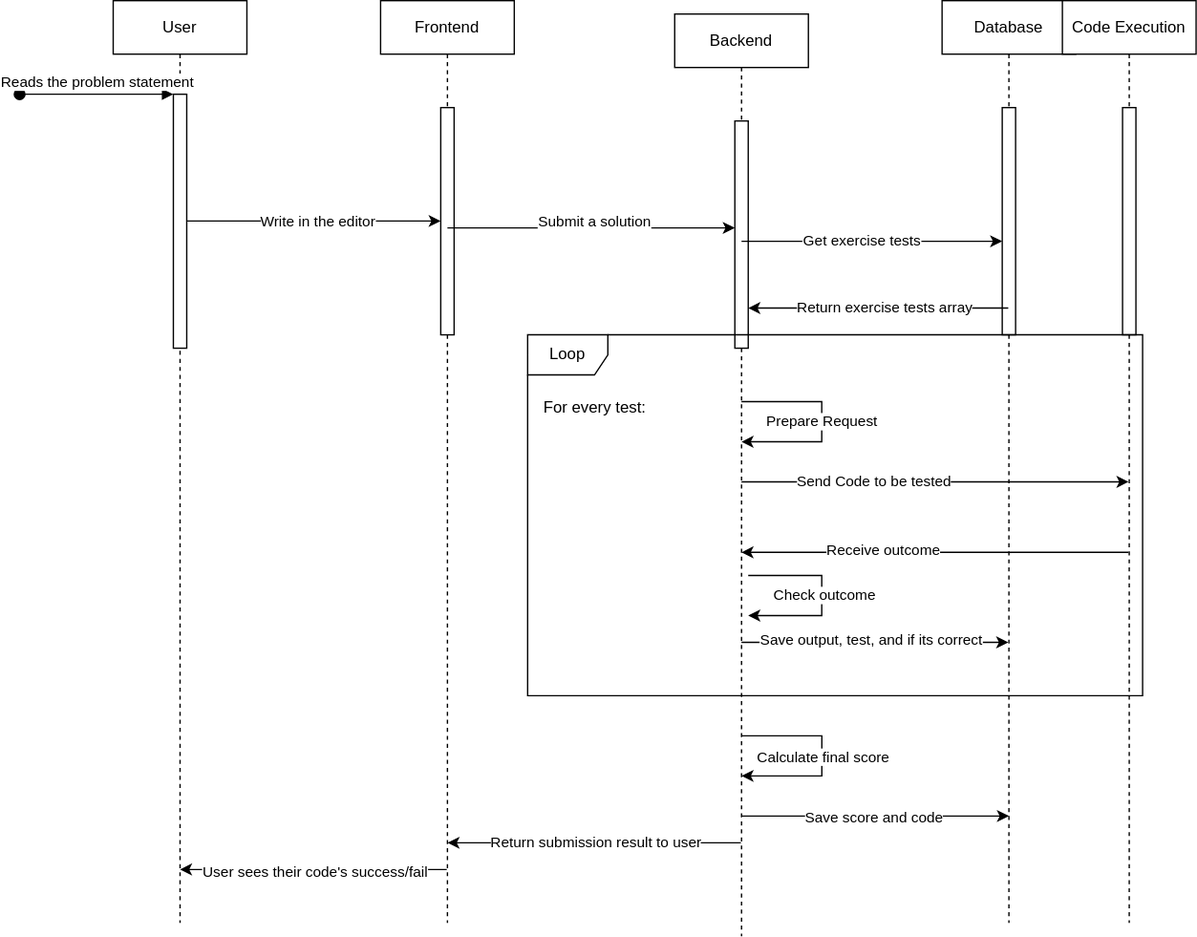
The draw.io diagram archived/diagram.svg in daki4/code_checker, before a commit. Source tidied: cells renumbered, new cells last; positions are measured from the earlier drawing's top-left corner, leaving out a move shared by most shapes. The source it was exported from:
```xml
<mxGraphModel>
  <root>
    <mxCell id="0" />
    <mxCell id="1" parent="0" />
    <mxCell id="2" value="User" style="shape=umlLifeline;perimeter=lifelinePerimeter;whiteSpace=wrap;html=1;outlineConnect=0;portConstraint=eastwest;newEdgeStyle={&quot;edgeStyle&quot;:&quot;elbowEdgeStyle&quot;,&quot;elbow&quot;:&quot;vertical&quot;,&quot;curved&quot;:0,&quot;rounded&quot;:0};" parent="1" vertex="1">
      <mxGeometry x="70" width="100" height="690" as="geometry" />
    </mxCell>
    <mxCell id="3" style="html=1;points=[];perimeter=orthogonalPerimeter;outlineConnect=0;targetShapes=umlLifeline;portConstraint=eastwest;newEdgeStyle={&quot;edgeStyle&quot;:&quot;elbowEdgeStyle&quot;,&quot;elbow&quot;:&quot;vertical&quot;,&quot;curved&quot;:0,&quot;rounded&quot;:0};" parent="2" vertex="1">
      <mxGeometry x="45" y="70" width="10" height="190" as="geometry" />
    </mxCell>
    <mxCell id="4" style="edgeStyle=elbowEdgeStyle;rounded=0;jettySize=auto;html=1;elbow=vertical;curved=0;" parent="1" edge="1" source="6" target="2">
      <mxGeometry relative="1" as="geometry">
        <Array as="points">
          <mxPoint x="250" y="650" />
        </Array>
      </mxGeometry>
    </mxCell>
    <mxCell id="5" value="User sees their code's success/fail" style="edgeLabel;html=1;align=center;verticalAlign=middle;" parent="4" vertex="1">
      <mxGeometry x="-0.12" y="2" relative="1" as="geometry">
        <mxPoint x="-11" as="offset" />
      </mxGeometry>
    </mxCell>
    <mxCell id="6" value="Frontend" style="shape=umlLifeline;perimeter=lifelinePerimeter;whiteSpace=wrap;html=1;outlineConnect=0;portConstraint=eastwest;newEdgeStyle={&quot;edgeStyle&quot;:&quot;elbowEdgeStyle&quot;,&quot;elbow&quot;:&quot;vertical&quot;,&quot;curved&quot;:0,&quot;rounded&quot;:0};" parent="1" vertex="1">
      <mxGeometry x="270" width="100" height="690" as="geometry" />
    </mxCell>
    <mxCell id="7" style="html=1;points=[];perimeter=orthogonalPerimeter;outlineConnect=0;targetShapes=umlLifeline;portConstraint=eastwest;newEdgeStyle={&quot;edgeStyle&quot;:&quot;elbowEdgeStyle&quot;,&quot;elbow&quot;:&quot;vertical&quot;,&quot;curved&quot;:0,&quot;rounded&quot;:0};" parent="6" vertex="1">
      <mxGeometry x="45" y="80" width="10" height="170" as="geometry" />
    </mxCell>
    <mxCell id="8" value="Backend" style="shape=umlLifeline;perimeter=lifelinePerimeter;whiteSpace=wrap;html=1;outlineConnect=0;portConstraint=eastwest;newEdgeStyle={&quot;edgeStyle&quot;:&quot;elbowEdgeStyle&quot;,&quot;elbow&quot;:&quot;vertical&quot;,&quot;curved&quot;:0,&quot;rounded&quot;:0};" parent="1" vertex="1">
      <mxGeometry x="490" y="10" width="100" height="690" as="geometry" />
    </mxCell>
    <mxCell id="9" style="html=1;points=[];perimeter=orthogonalPerimeter;outlineConnect=0;targetShapes=umlLifeline;portConstraint=eastwest;newEdgeStyle={&quot;edgeStyle&quot;:&quot;elbowEdgeStyle&quot;,&quot;elbow&quot;:&quot;vertical&quot;,&quot;curved&quot;:0,&quot;rounded&quot;:0};" parent="8" vertex="1">
      <mxGeometry x="45" y="80" width="10" height="170" as="geometry" />
    </mxCell>
    <mxCell id="10" value="Database" style="shape=umlLifeline;perimeter=lifelinePerimeter;whiteSpace=wrap;html=1;outlineConnect=0;portConstraint=eastwest;newEdgeStyle={&quot;edgeStyle&quot;:&quot;elbowEdgeStyle&quot;,&quot;elbow&quot;:&quot;vertical&quot;,&quot;curved&quot;:0,&quot;rounded&quot;:0};" parent="1" vertex="1">
      <mxGeometry x="690" width="100" height="690" as="geometry" />
    </mxCell>
    <mxCell id="11" style="html=1;points=[];perimeter=orthogonalPerimeter;outlineConnect=0;targetShapes=umlLifeline;portConstraint=eastwest;newEdgeStyle={&quot;edgeStyle&quot;:&quot;elbowEdgeStyle&quot;,&quot;elbow&quot;:&quot;vertical&quot;,&quot;curved&quot;:0,&quot;rounded&quot;:0};" parent="10" vertex="1">
      <mxGeometry x="45" y="80" width="10" height="170" as="geometry" />
    </mxCell>
    <mxCell id="12" value="Code Execution" style="shape=umlLifeline;perimeter=lifelinePerimeter;whiteSpace=wrap;html=1;newEdgeStyle={&quot;edgeStyle&quot;:&quot;elbowEdgeStyle&quot;,&quot;elbow&quot;:&quot;vertical&quot;,&quot;curved&quot;:0,&quot;rounded&quot;:0};" parent="1" vertex="1">
      <mxGeometry x="780" width="100" height="690" as="geometry" />
    </mxCell>
    <mxCell id="13" style="html=1;perimeter=orthogonalPerimeter;targetShapes=umlLifeline;newEdgeStyle={&quot;edgeStyle&quot;:&quot;elbowEdgeStyle&quot;,&quot;elbow&quot;:&quot;vertical&quot;,&quot;curved&quot;:0,&quot;rounded&quot;:0};" parent="12" vertex="1">
      <mxGeometry x="45" y="80" width="10" height="170" as="geometry" />
    </mxCell>
    <mxCell id="14" style="endArrow=classic;html=1;rounded=0;" parent="1" edge="1" target="9">
      <mxGeometry relative="1" as="geometry">
        <mxPoint x="320" y="170" as="sourcePoint" />
      </mxGeometry>
    </mxCell>
    <mxCell id="15" value="Submit a solution" style="edgeLabel;html=1;align=center;verticalAlign=middle;" parent="14" vertex="1">
      <mxGeometry x="0.16" y="1" relative="1" as="geometry">
        <mxPoint x="-15" y="-4" as="offset" />
      </mxGeometry>
    </mxCell>
    <mxCell id="16" style="edgeStyle=elbowEdgeStyle;rounded=0;jettySize=auto;html=1;elbow=vertical;curved=0;" parent="1" edge="1" source="3" target="7">
      <mxGeometry relative="1" as="geometry" />
    </mxCell>
    <mxCell id="17" value="Write in the editor" style="edgeLabel;html=1;align=center;verticalAlign=middle;" parent="16" vertex="1">
      <mxGeometry x="0.31" relative="1" as="geometry">
        <mxPoint x="-27" as="offset" />
      </mxGeometry>
    </mxCell>
    <mxCell id="18" style="endArrow=classic;html=1;rounded=0;" parent="1" edge="1" target="11">
      <mxGeometry relative="1" as="geometry">
        <mxPoint x="555" y="180" as="sourcePoint" />
        <Array as="points">
          <mxPoint x="540" y="180" />
        </Array>
      </mxGeometry>
    </mxCell>
    <mxCell id="19" value="Get exercise tests" style="edgeLabel;html=1;align=center;verticalAlign=middle;" parent="18" vertex="1">
      <mxGeometry x="-0.01" relative="1" as="geometry">
        <mxPoint x="1" as="offset" />
      </mxGeometry>
    </mxCell>
    <mxCell id="20" style="edgeStyle=elbowEdgeStyle;rounded=0;jettySize=auto;html=1;elbow=vertical;curved=0;" parent="1" edge="1" source="10" target="9">
      <mxGeometry relative="1" as="geometry">
        <Array as="points">
          <mxPoint x="550" y="230" />
        </Array>
      </mxGeometry>
    </mxCell>
    <mxCell id="21" value="Return exercise tests array" style="edgeLabel;html=1;align=center;verticalAlign=middle;" parent="20" vertex="1">
      <mxGeometry x="-0.09" y="-1" relative="1" as="geometry">
        <mxPoint x="-5" y="1" as="offset" />
      </mxGeometry>
    </mxCell>
    <mxCell id="22" value="Loop" style="shape=umlFrame;whiteSpace=wrap;html=1;" parent="1" vertex="1">
      <mxGeometry x="380" y="250" width="460" height="270" as="geometry" />
    </mxCell>
    <mxCell id="23" value="For every test:" style="text;html=1;align=center;verticalAlign=middle;strokeColor=none;fillColor=none;" parent="1" vertex="1">
      <mxGeometry x="380" y="290" width="100" height="30" as="geometry" />
    </mxCell>
    <mxCell id="24" style="endArrow=classic;html=1;rounded=0;" parent="1" edge="1">
      <mxGeometry relative="1" as="geometry">
        <mxPoint x="539.9" y="300" as="sourcePoint" />
        <mxPoint x="539.9" y="330" as="targetPoint" />
        <Array as="points">
          <mxPoint x="600" y="300" />
          <mxPoint x="600" y="330" />
        </Array>
      </mxGeometry>
    </mxCell>
    <mxCell id="25" value="Prepare Request" style="edgeLabel;html=1;align=center;verticalAlign=middle;" parent="24" vertex="1">
      <mxGeometry x="-0.44" y="2" relative="1" as="geometry">
        <mxPoint x="18" y="17" as="offset" />
      </mxGeometry>
    </mxCell>
    <mxCell id="26" style="endArrow=classic;html=1;rounded=0;" parent="1" edge="1" source="8">
      <mxGeometry relative="1" as="geometry">
        <mxPoint x="829.5" y="360" as="targetPoint" />
      </mxGeometry>
    </mxCell>
    <mxCell id="27" value="Send Code to be tested" style="edgeLabel;html=1;align=center;verticalAlign=middle;" parent="26" vertex="1">
      <mxGeometry x="-0.4" relative="1" as="geometry">
        <mxPoint x="12" as="offset" />
      </mxGeometry>
    </mxCell>
    <mxCell id="28" style="endArrow=classic;html=1;rounded=0;" parent="1" edge="1" target="8">
      <mxGeometry relative="1" as="geometry">
        <mxPoint x="829.5" y="412.7" as="sourcePoint" />
      </mxGeometry>
    </mxCell>
    <mxCell id="29" value="Receive outcome" style="edgeLabel;html=1;align=center;verticalAlign=middle;" parent="28" vertex="1">
      <mxGeometry x="0.27" y="-2" relative="1" as="geometry" />
    </mxCell>
    <mxCell id="30" style="endArrow=classic;html=1;rounded=0;" parent="1" edge="1" source="8" target="10">
      <mxGeometry relative="1" as="geometry">
        <Array as="points">
          <mxPoint x="560" y="480.1" />
        </Array>
      </mxGeometry>
    </mxCell>
    <mxCell id="31" value="Save output, test, and if its correct" style="edgeLabel;html=1;align=center;verticalAlign=middle;" parent="30" vertex="1">
      <mxGeometry x="-0.35" y="2" relative="1" as="geometry">
        <mxPoint x="32" as="offset" />
      </mxGeometry>
    </mxCell>
    <mxCell id="32" style="endArrow=classic;html=1;rounded=0;" parent="1" edge="1">
      <mxGeometry relative="1" as="geometry">
        <mxPoint x="545" y="430" as="sourcePoint" />
        <mxPoint x="545" y="460" as="targetPoint" />
        <Array as="points">
          <mxPoint x="600" y="430" />
          <mxPoint x="600" y="460" />
        </Array>
      </mxGeometry>
    </mxCell>
    <mxCell id="33" value="Check outcome" style="edgeLabel;html=1;align=center;verticalAlign=middle;" parent="32" vertex="1">
      <mxGeometry x="-0.44" y="2" relative="1" as="geometry">
        <mxPoint x="18" y="17" as="offset" />
      </mxGeometry>
    </mxCell>
    <mxCell id="34" style="endArrow=classic;html=1;rounded=0;" parent="1" edge="1" source="8" target="8">
      <mxGeometry relative="1" as="geometry">
        <Array as="points">
          <mxPoint x="600.1" y="550" />
          <mxPoint x="600.1" y="580" />
        </Array>
      </mxGeometry>
    </mxCell>
    <mxCell id="35" value="Calculate final score" style="edgeLabel;html=1;align=center;verticalAlign=middle;" parent="34" vertex="1">
      <mxGeometry x="0.01" y="1" relative="1" as="geometry" />
    </mxCell>
    <mxCell id="36" style="endArrow=classic;html=1;rounded=0;" parent="1" edge="1" source="8">
      <mxGeometry relative="1" as="geometry">
        <mxPoint x="740.1" y="610" as="targetPoint" />
      </mxGeometry>
    </mxCell>
    <mxCell id="37" value="Save score and code" style="edgeLabel;html=1;align=center;verticalAlign=middle;" parent="36" vertex="1">
      <mxGeometry x="0.17" y="-1" relative="1" as="geometry">
        <mxPoint x="-18" as="offset" />
      </mxGeometry>
    </mxCell>
    <mxCell id="38" style="endArrow=classic;html=1;rounded=0;" parent="1" edge="1" source="8">
      <mxGeometry relative="1" as="geometry">
        <mxPoint x="320" y="630" as="targetPoint" />
      </mxGeometry>
    </mxCell>
    <mxCell id="39" value="Return submission result to user" style="edgeLabel;html=1;align=center;verticalAlign=middle;" parent="38" vertex="1">
      <mxGeometry x="-0.33" y="-2" relative="1" as="geometry">
        <mxPoint x="-36" y="2" as="offset" />
      </mxGeometry>
    </mxCell>
    <mxCell id="40" value="Reads the problem statement" style="html=1;verticalAlign=bottom;startArrow=oval;endArrow=block;startSize=8;edgeStyle=elbowEdgeStyle;elbow=vertical;curved=0;rounded=0;" parent="1" edge="1" target="3">
      <mxGeometry relative="1" as="geometry">
        <mxPoint y="70" as="sourcePoint" />
      </mxGeometry>
    </mxCell>
  </root>
</mxGraphModel>
```
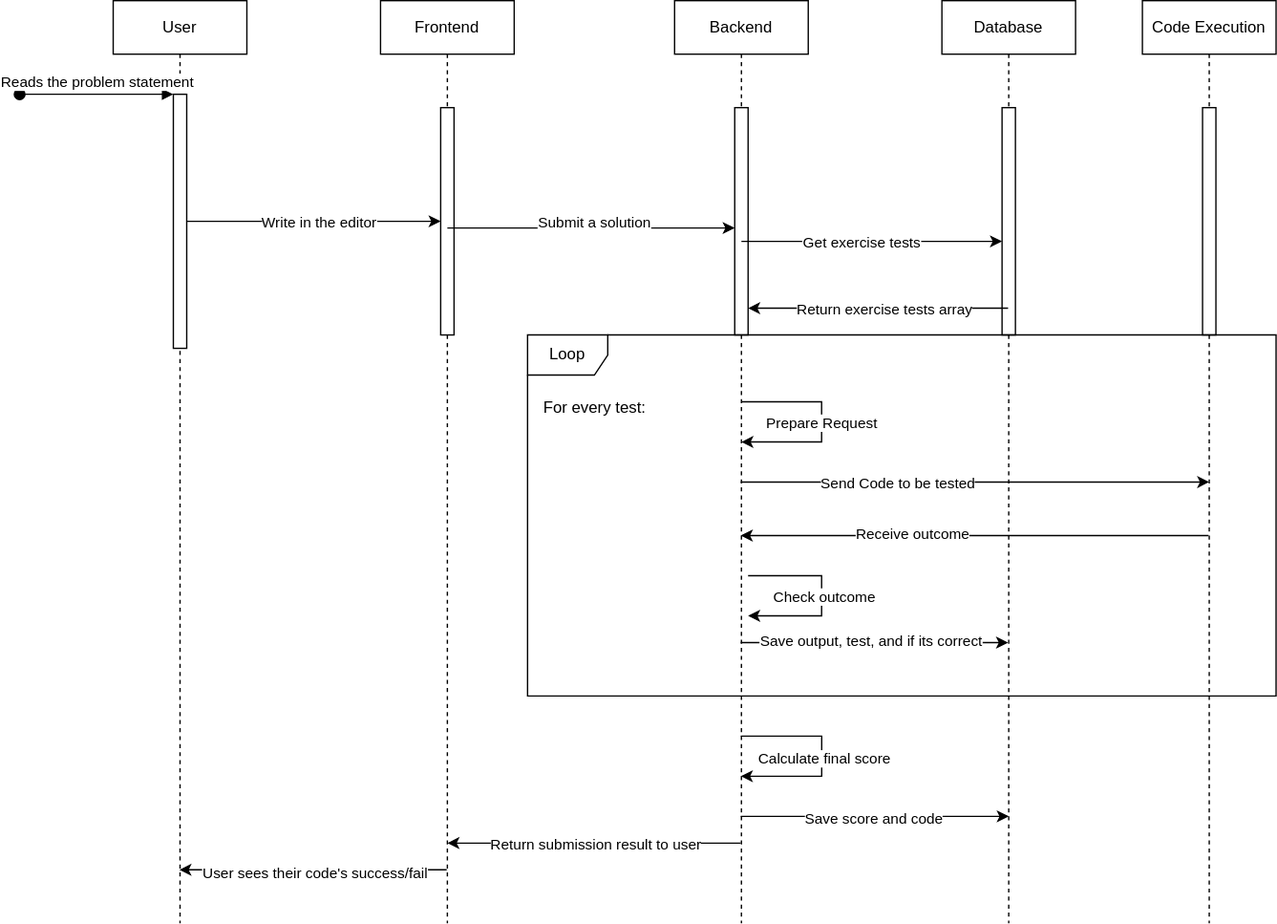
Later version of the same file.

Change to the diagram source:
```diff
@@ -27,7 +27,7 @@
       <mxGeometry x="45" y="80" width="10" height="170" as="geometry" />
     </mxCell>
     <mxCell id="8" value="Backend" style="shape=umlLifeline;perimeter=lifelinePerimeter;whiteSpace=wrap;html=1;outlineConnect=0;portConstraint=eastwest;newEdgeStyle={&quot;edgeStyle&quot;:&quot;elbowEdgeStyle&quot;,&quot;elbow&quot;:&quot;vertical&quot;,&quot;curved&quot;:0,&quot;rounded&quot;:0};" parent="1" vertex="1">
-      <mxGeometry x="490" y="10" width="100" height="690" as="geometry" />
+      <mxGeometry x="490" width="100" height="690" as="geometry" />
     </mxCell>
     <mxCell id="9" style="html=1;points=[];perimeter=orthogonalPerimeter;outlineConnect=0;targetShapes=umlLifeline;portConstraint=eastwest;newEdgeStyle={&quot;edgeStyle&quot;:&quot;elbowEdgeStyle&quot;,&quot;elbow&quot;:&quot;vertical&quot;,&quot;curved&quot;:0,&quot;rounded&quot;:0};" parent="8" vertex="1">
       <mxGeometry x="45" y="80" width="10" height="170" as="geometry" />
@@ -39,7 +39,7 @@
       <mxGeometry x="45" y="80" width="10" height="170" as="geometry" />
     </mxCell>
     <mxCell id="12" value="Code Execution" style="shape=umlLifeline;perimeter=lifelinePerimeter;whiteSpace=wrap;html=1;newEdgeStyle={&quot;edgeStyle&quot;:&quot;elbowEdgeStyle&quot;,&quot;elbow&quot;:&quot;vertical&quot;,&quot;curved&quot;:0,&quot;rounded&quot;:0};" parent="1" vertex="1">
-      <mxGeometry x="780" width="100" height="690" as="geometry" />
+      <mxGeometry x="840" width="100" height="690" as="geometry" />
     </mxCell>
     <mxCell id="13" style="html=1;perimeter=orthogonalPerimeter;targetShapes=umlLifeline;newEdgeStyle={&quot;edgeStyle&quot;:&quot;elbowEdgeStyle&quot;,&quot;elbow&quot;:&quot;vertical&quot;,&quot;curved&quot;:0,&quot;rounded&quot;:0};" parent="12" vertex="1">
       <mxGeometry x="45" y="80" width="10" height="170" as="geometry" />
@@ -88,7 +88,7 @@
       </mxGeometry>
     </mxCell>
     <mxCell id="22" value="Loop" style="shape=umlFrame;whiteSpace=wrap;html=1;" parent="1" vertex="1">
-      <mxGeometry x="380" y="250" width="460" height="270" as="geometry" />
+      <mxGeometry x="380" y="250" width="560" height="270" as="geometry" />
     </mxCell>
     <mxCell id="23" value="For every test:" style="text;html=1;align=center;verticalAlign=middle;strokeColor=none;fillColor=none;" parent="1" vertex="1">
       <mxGeometry x="380" y="290" width="100" height="30" as="geometry" />
@@ -110,7 +110,7 @@
     </mxCell>
     <mxCell id="26" style="endArrow=classic;html=1;rounded=0;" parent="1" edge="1" source="8">
       <mxGeometry relative="1" as="geometry">
-        <mxPoint x="829.5" y="360" as="targetPoint" />
+        <mxPoint x="890" y="360" as="targetPoint" />
       </mxGeometry>
     </mxCell>
     <mxCell id="27" value="Send Code to be tested" style="edgeLabel;html=1;align=center;verticalAlign=middle;" parent="26" vertex="1">
@@ -118,9 +118,10 @@
         <mxPoint x="12" as="offset" />
       </mxGeometry>
     </mxCell>
-    <mxCell id="28" style="endArrow=classic;html=1;rounded=0;" parent="1" edge="1" target="8">
+    <mxCell id="28" style="endArrow=classic;html=1;rounded=0;" parent="1" edge="1">
       <mxGeometry relative="1" as="geometry">
-        <mxPoint x="829.5" y="412.7" as="sourcePoint" />
+        <mxPoint x="889.5" y="400" as="sourcePoint" />
+        <mxPoint x="539.5" y="400" as="targetPoint" />
       </mxGeometry>
     </mxCell>
     <mxCell id="29" value="Receive outcome" style="edgeLabel;html=1;align=center;verticalAlign=middle;" parent="28" vertex="1">
```
